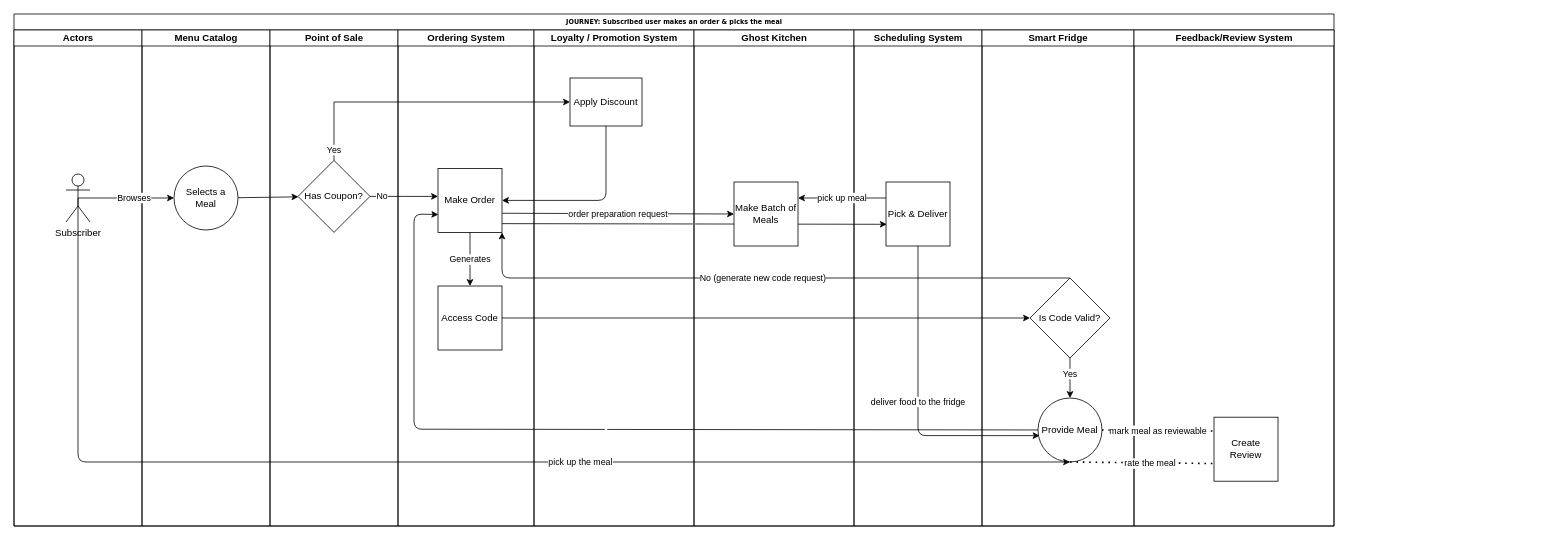
Earlier version of the draw.io diagram img/user journey/Subscriber.drawio (ldynia/archcolider). Source tidied: cells renumbered, new cells numbered last; positions are measured from the earlier drawing's top-left corner, leaving out a move shared by most shapes. Both pictures are drawn from the tidied source at 80%, with x=0, y=0 at pixel (14, 14).
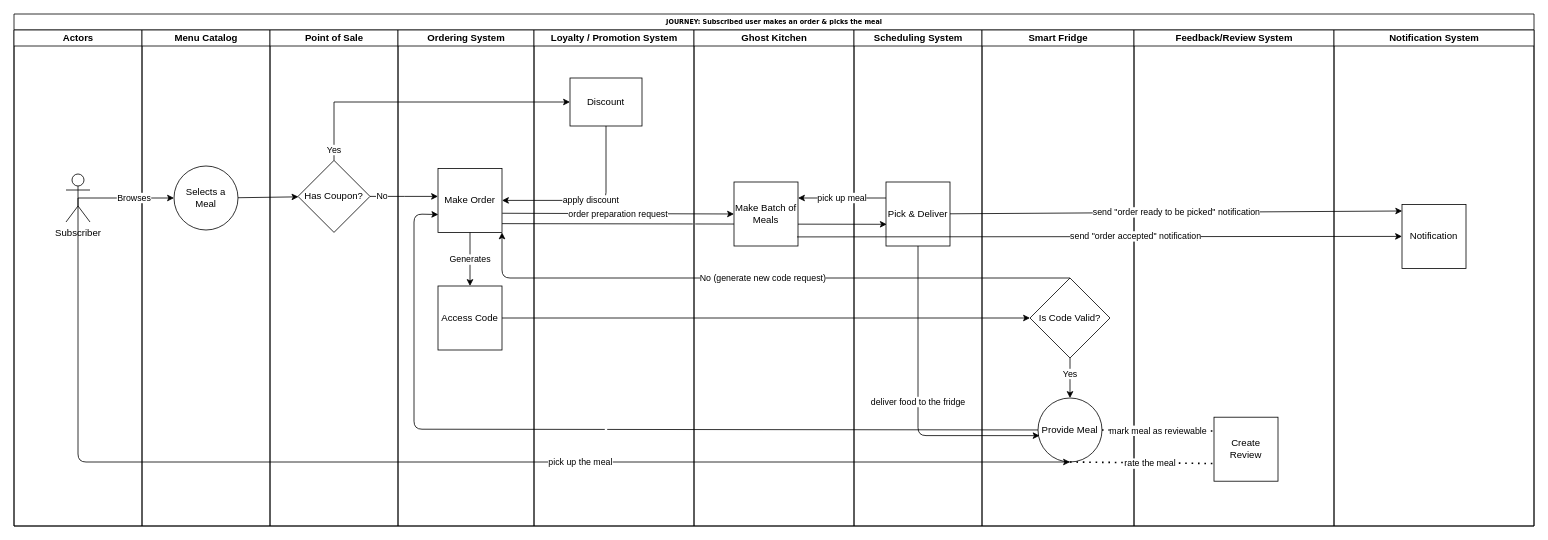
Above is the later version.

Unchanged cells that the change refers to:
```xml
<mxCell id="11" value="&lt;div&gt;Make Order&lt;/div&gt;" style="whiteSpace=wrap;html=1;" parent="10" vertex="1">
  <mxGeometry x="50" y="173" width="80" height="80" as="geometry" />
</mxCell>
<mxCell id="15" value="Loyalty / Promotion System" style="swimlane;html=1;startSize=20;" parent="2" vertex="1">
  <mxGeometry x="650" y="20" width="200" height="620" as="geometry" />
</mxCell>
<mxCell id="18" value="Make Batch of Meals" style="whiteSpace=wrap;html=1;" parent="17" vertex="1">
  <mxGeometry x="50" y="190" width="80" height="80" as="geometry" />
</mxCell>
<mxCell id="20" value="Pick &amp;amp; Deliver" style="whiteSpace=wrap;html=1;" parent="19" vertex="1">
  <mxGeometry x="40" y="190" width="80" height="80" as="geometry" />
</mxCell>
```

Change to the diagram source:
```diff
@@
     <mxCell id="2" value="JOURNEY: Subscribed user makes an order &amp;amp; picks the meal" style="swimlane;html=1;startSize=20;rounded=0;shadow=0;labelBackgroundColor=none;strokeWidth=1;fontFamily=Verdana;fontSize=8;align=center;" parent="1" vertex="1">
-      <mxGeometry width="1650" height="640" as="geometry" />
+      <mxGeometry width="1900" height="640" as="geometry" />
     </mxCell>
@@
-    <mxCell id="16" value="&lt;div&gt;Apply Discount&lt;/div&gt;" style="whiteSpace=wrap;html=1;" parent="15" vertex="1">
+    <mxCell id="16" value="&lt;div&gt;Discount&lt;/div&gt;" style="whiteSpace=wrap;html=1;" parent="15" vertex="1">
       <mxGeometry x="45" y="60" width="90" height="60" as="geometry" />
     </mxCell>
@@
-    <mxCell id="22" style="endArrow=classic;html=1;entryX=1;entryY=0.5;entryDx=0;entryDy=0;exitX=0.5;exitY=1;exitDx=0;exitDy=0;" parent="2" edge="1" source="16" target="11">
+    <mxCell id="22" value="apply discount" style="endArrow=classic;html=1;entryX=1;entryY=0.5;entryDx=0;entryDy=0;exitX=0.5;exitY=1;exitDx=0;exitDy=0;" parent="2" edge="1" source="16" target="11">
       <mxGeometry relative="1" as="geometry">
         <Array as="points">
           <mxPoint x="740" y="233" />
         </Array>
       </mxGeometry>
     </mxCell>
@@
+    <mxCell id="40" value="Notification System" style="swimlane;html=1;startSize=20;" parent="1" vertex="1">
+      <mxGeometry x="1650" y="20" width="250" height="620" as="geometry" />
+    </mxCell>
+    <mxCell id="41" value="Notification" style="whiteSpace=wrap;html=1;" parent="40" vertex="1">
+      <mxGeometry x="85" y="218" width="80" height="80" as="geometry" />
+    </mxCell>
+    <mxCell id="42" style="endArrow=classic;html=1;exitX=0.985;exitY=0.858;exitDx=0;exitDy=0;exitPerimeter=0;entryX=0;entryY=0.5;entryDx=0;entryDy=0;" parent="1" edge="1" source="18" target="41">
+      <mxGeometry relative="1" as="geometry" />
+    </mxCell>
+    <mxCell id="43" value="send &quot;order accepted&quot; notification" style="edgeLabel;html=1;align=center;verticalAlign=middle;" parent="42" vertex="1">
+      <mxGeometry x="0.12" y="1" relative="1" as="geometry" />
+    </mxCell>
+    <mxCell id="44" value="send &quot;order ready to be picked&quot; notification" style="endArrow=classic;html=1;entryX=0.003;entryY=0.103;entryDx=0;entryDy=0;entryPerimeter=0;" parent="1" edge="1" source="20" target="41">
+      <mxGeometry relative="1" as="geometry" />
+    </mxCell>
```
